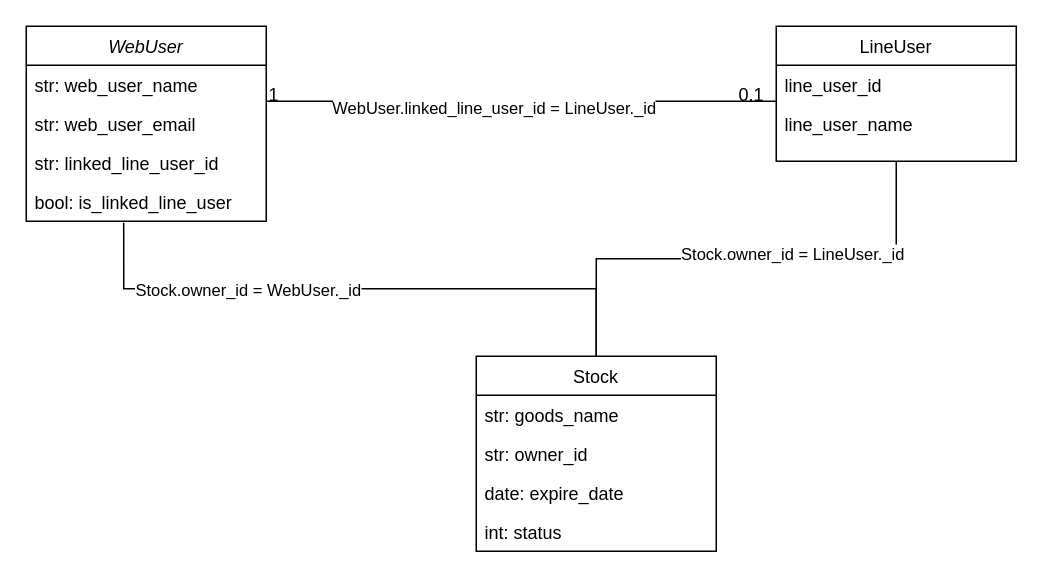
The draw.io diagram ER_Chart.drawio in fezzlk/Simple-Alert-LINE-Bot, before the edit. Source tidied: cells renumbered, new cells numbered last; positions are measured from the earlier drawing's top-left corner, leaving out a move shared by most shapes. Both pictures are drawn from the tidied source at 150%, with x=0, y=0 at pixel (26, 26).
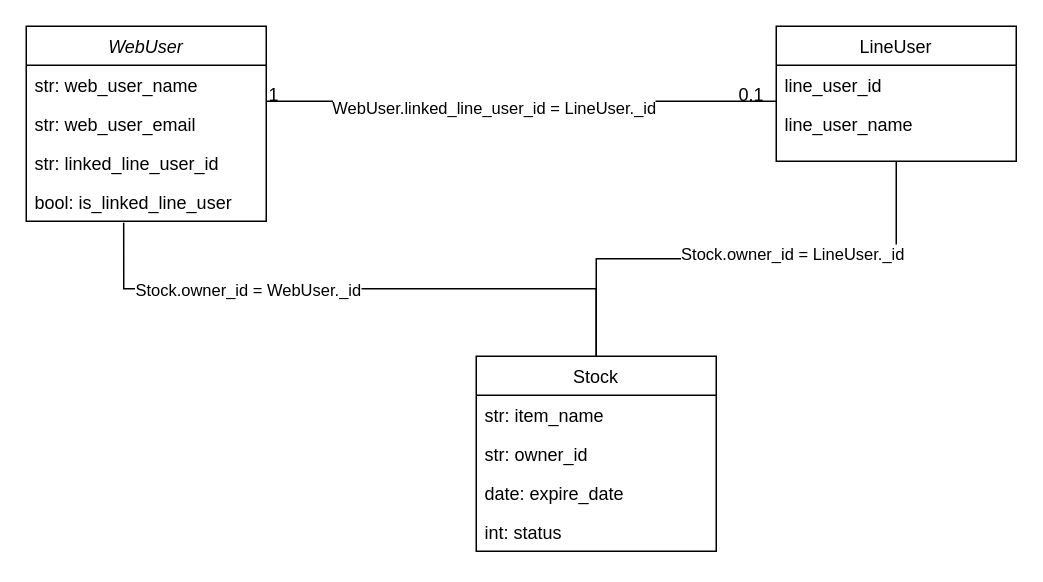
The same page after the edit.

Unchanged cells that the change refers to:
```xml
<mxCell id="9" value="Stock" style="swimlane;fontStyle=0;align=center;verticalAlign=top;horizontal=1;startSize=26;rounded=0;shadow=0;strokeWidth=1;" parent="1" vertex="1">
  <mxGeometry x="300" y="220" width="160" height="130" as="geometry" />
</mxCell>
```

The edit, as a diff of the source:
```diff
@@
-    <mxCell id="10" value="str: goods_name" style="text;align=left;verticalAlign=top;spacingLeft=4;spacingRight=4;overflow=hidden;" parent="9" vertex="1">
+    <mxCell id="10" value="str: item_name" style="text;align=left;verticalAlign=top;spacingLeft=4;spacingRight=4;overflow=hidden;" parent="9" vertex="1">
       <mxGeometry y="26" width="160" height="26" as="geometry" />
     </mxCell>
```
